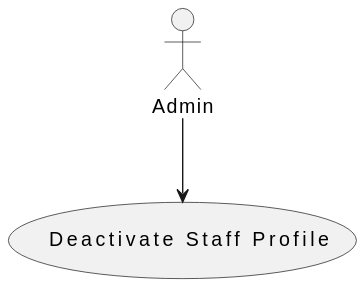
Before: TodoApi/docs/SprintA/1220916/UC14/views/case-diagram.svg, a diagram exported from PlantUML (Pireza/sem5pi-24-25-3da).
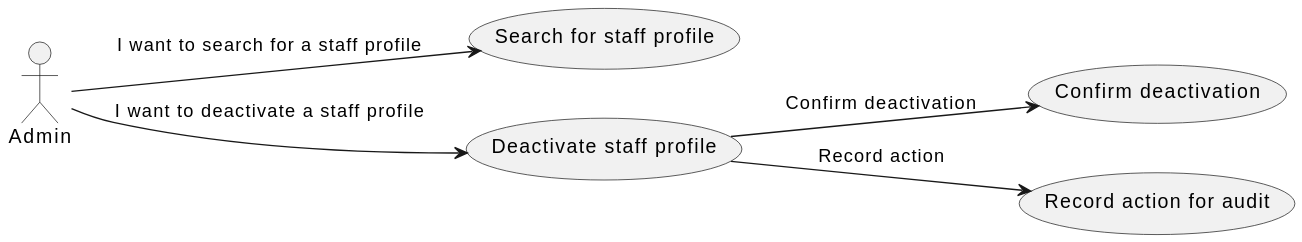
The same diagram one commit later.

What changed in the source:
```diff
@@ -1,4 +1,16 @@
 @startuml
-"Patient" as Admin
-Admin --> (Register to the healthcare system)
+left to right direction
+skinparam packageStyle rectangle
+
+actor "Admin" as u
+
+usecase "Search for staff profile" as UC1
+usecase "Deactivate staff profile" as UC2
+usecase "Confirm deactivation" as UC3
+usecase "Record action for audit" as UC4
+
+u --> UC1 : "I want to search for a staff profile"
+u --> UC2 : "I want to deactivate a staff profile"
+UC2 --> UC3 : "Confirm deactivation"
+UC2 --> UC4 : "Record action"
 @enduml
```
